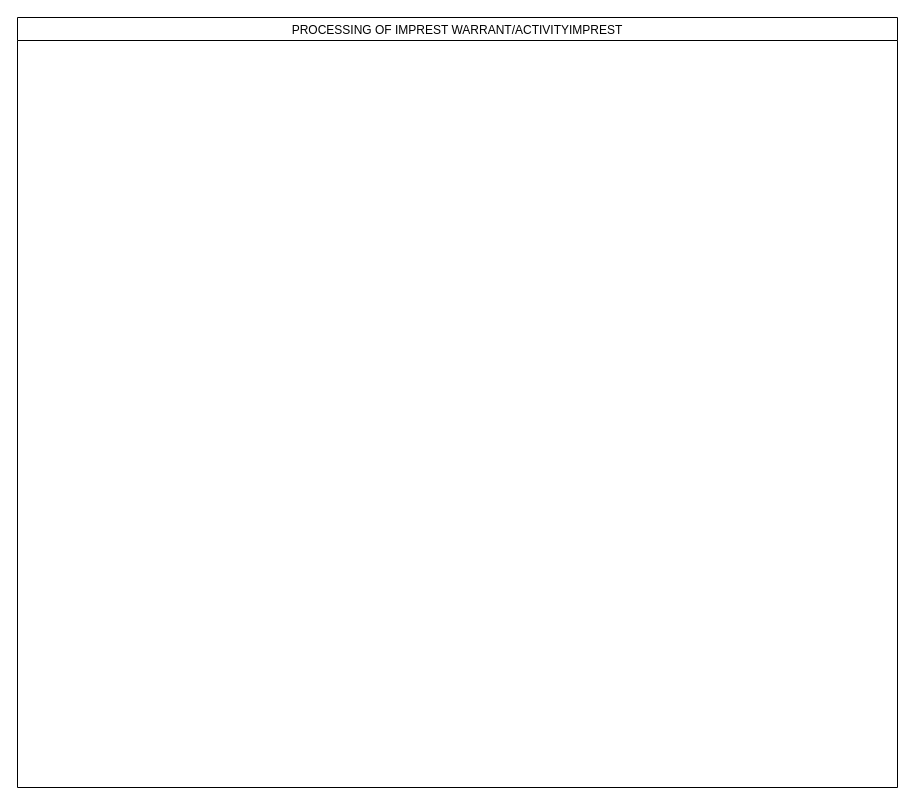
kmagua/flowcharts keeps this draw.io diagram as TPF-fin-Processing of Imprest Warrant.drawio. Above is the earlier version. Source tidied: cells renumbered, new cells numbered last; positions are measured from the earlier drawing's top-left corner, leaving out a move shared by most shapes. Both pictures are drawn from the tidied source at 100%, with x=0, y=0 at pixel (17, 17).
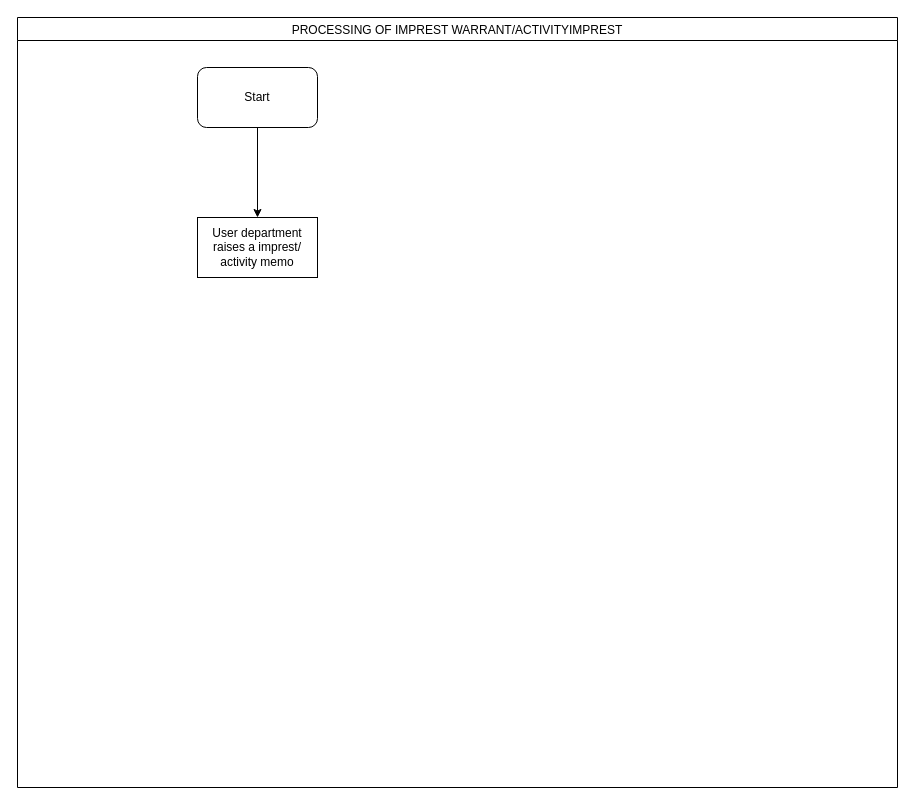
After the change.

Change to the diagram source:
```diff
@@
 <mxGraphModel>
   <root>
     <mxCell id="0" />
     <mxCell id="1" parent="0" />
     <mxCell id="2" value="PROCESSING OF IMPREST WARRANT/ACTIVITYIMPREST" style="swimlane;fontStyle=0;" parent="1" vertex="1">
       <mxGeometry width="880" height="770" as="geometry" />
     </mxCell>
+    <mxCell id="3" value="Start" style="rounded=1;whiteSpace=wrap;html=1;" parent="2" vertex="1">
+      <mxGeometry x="180" y="50" width="120" height="60" as="geometry" />
+    </mxCell>
+    <mxCell id="4" value="User department raises a imprest/ activity memo" style="rounded=0;whiteSpace=wrap;html=1;" parent="2" vertex="1">
+      <mxGeometry x="180" y="200" width="120" height="60" as="geometry" />
+    </mxCell>
+    <mxCell id="5" style="edgeStyle=orthogonalEdgeStyle;rounded=0;jettySize=auto;html=1;" parent="2" edge="1" source="3" target="4">
+      <mxGeometry relative="1" as="geometry" />
+    </mxCell>
   </root>
 </mxGraphModel>
```
